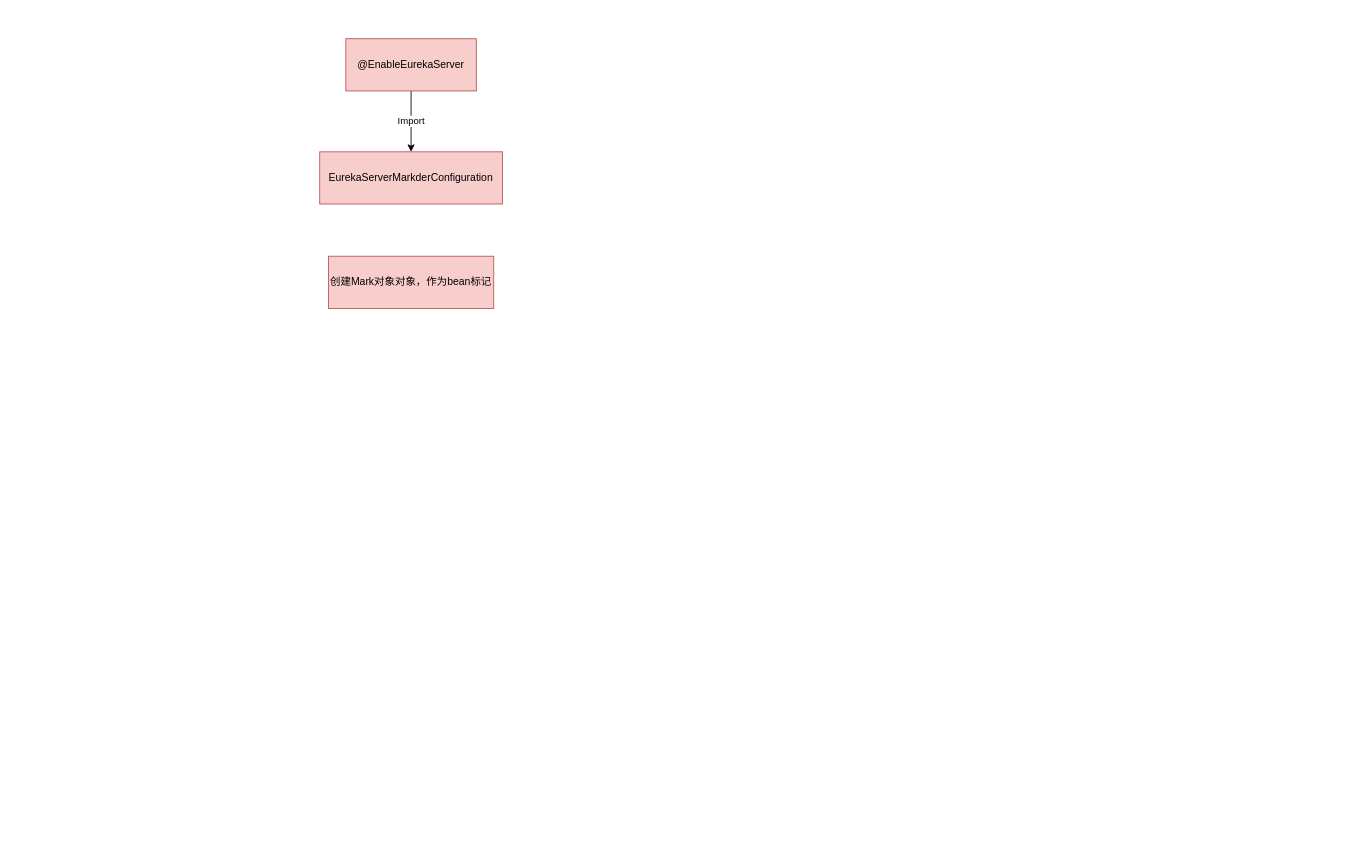
Above: eureka.drawio in thbspan/chart (draw.io), before the change. Source tidied: cells renumbered, new cells numbered last; positions are measured from the earlier drawing's top-left corner, leaving out a move shared by most shapes. Both pictures are drawn from the tidied source at 87%, with x=0, y=0 at pixel (319, 38).
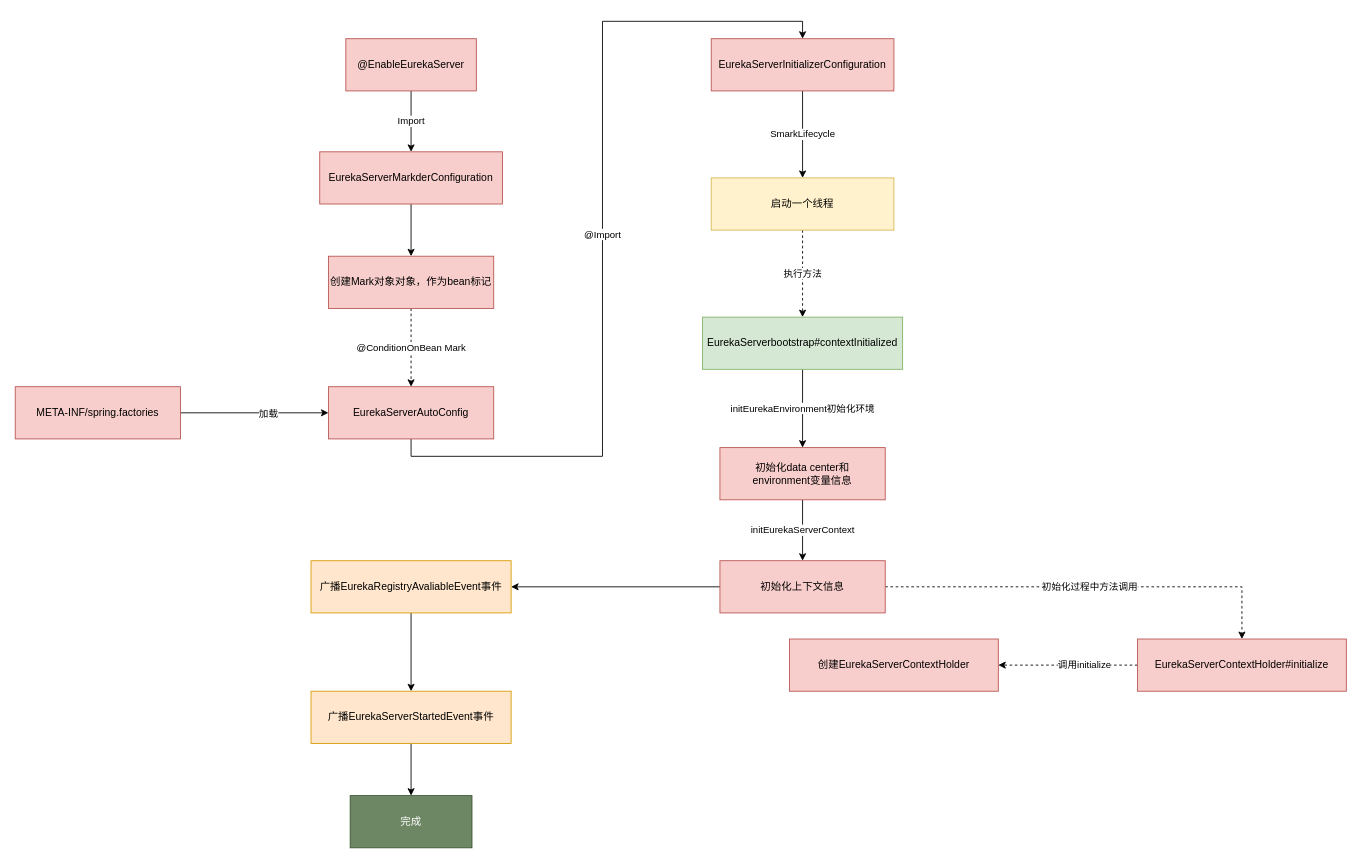
The same page after the edit.

Unchanged cells that the change refers to:
```xml
<mxCell id="4" value="EurekaServerMarkderConfiguration" style="rounded=0;whiteSpace=wrap;html=1;fillColor=#f8cecc;strokeColor=#b85450;" parent="1" vertex="1">
  <mxGeometry y="130" width="210" height="60" as="geometry" />
</mxCell>
<mxCell id="5" value="创建Mark对象对象，作为bean标记" style="rounded=0;whiteSpace=wrap;html=1;fillColor=#f8cecc;strokeColor=#b85450;" parent="1" vertex="1">
  <mxGeometry x="10" y="250" width="190" height="60" as="geometry" />
</mxCell>
```

Diff of the diagram source:
```diff
@@
+    <mxCell id="6" style="edgeStyle=orthogonalEdgeStyle;rounded=0;jettySize=auto;html=1;exitX=0.5;exitY=1;exitDx=0;exitDy=0;entryX=0.5;entryY=0;entryDx=0;entryDy=0;" parent="1" edge="1" source="4" target="5">
+      <mxGeometry relative="1" as="geometry" />
+    </mxCell>
@@
+    <mxCell id="7" value="@ConditionOnBean Mark" style="edgeStyle=orthogonalEdgeStyle;rounded=0;jettySize=auto;html=1;exitX=0.5;exitY=1;exitDx=0;exitDy=0;entryX=0.5;entryY=0;entryDx=0;entryDy=0;dashed=1;" parent="1" edge="1" source="5" target="9">
+      <mxGeometry relative="1" as="geometry" />
+    </mxCell>
@@
+    <mxCell id="8" value="@Import" style="edgeStyle=orthogonalEdgeStyle;rounded=0;jettySize=auto;html=1;exitX=0.5;exitY=1;exitDx=0;exitDy=0;entryX=0.5;entryY=0;entryDx=0;entryDy=0;" parent="1" edge="1" source="9" target="14">
+      <mxGeometry relative="1" as="geometry" />
+    </mxCell>
+    <mxCell id="9" value="EurekaServerAutoConfig" style="rounded=0;whiteSpace=wrap;html=1;fillColor=#f8cecc;strokeColor=#b85450;" parent="1" vertex="1">
+      <mxGeometry x="10" y="400" width="190" height="60" as="geometry" />
+    </mxCell>
+    <mxCell id="10" style="edgeStyle=orthogonalEdgeStyle;rounded=0;jettySize=auto;html=1;exitX=1;exitY=0.5;exitDx=0;exitDy=0;entryX=0;entryY=0.5;entryDx=0;entryDy=0;" parent="1" edge="1" source="12" target="9">
+      <mxGeometry relative="1" as="geometry" />
+    </mxCell>
+    <mxCell id="11" value="加载" style="edgeLabel;html=1;align=center;verticalAlign=middle;" parent="10" vertex="1">
+      <mxGeometry x="0.18" relative="1" as="geometry" />
+    </mxCell>
+    <mxCell id="12" value="META-INF/spring.factories" style="rounded=0;whiteSpace=wrap;html=1;fillColor=#f8cecc;strokeColor=#b85450;" parent="1" vertex="1">
+      <mxGeometry x="-350" y="400" width="190" height="60" as="geometry" />
+    </mxCell>
+    <mxCell id="13" value="SmarkLifecycle" style="edgeStyle=orthogonalEdgeStyle;rounded=0;jettySize=auto;html=1;exitX=0.5;exitY=1;exitDx=0;exitDy=0;entryX=0.5;entryY=0;entryDx=0;entryDy=0;" parent="1" edge="1" source="14" target="16">
+      <mxGeometry relative="1" as="geometry" />
+    </mxCell>
+    <mxCell id="14" value="EurekaServerInitializerConfiguration" style="rounded=0;whiteSpace=wrap;html=1;fillColor=#f8cecc;strokeColor=#b85450;" parent="1" vertex="1">
+      <mxGeometry x="450" width="210" height="60" as="geometry" />
+    </mxCell>
+    <mxCell id="15" value="执行方法" style="edgeStyle=orthogonalEdgeStyle;rounded=0;jettySize=auto;html=1;exitX=0.5;exitY=1;exitDx=0;exitDy=0;entryX=0.5;entryY=0;entryDx=0;entryDy=0;dashed=1;" parent="1" edge="1" source="16" target="18">
+      <mxGeometry relative="1" as="geometry" />
+    </mxCell>
+    <mxCell id="16" value="启动一个线程" style="rounded=0;whiteSpace=wrap;html=1;fillColor=#fff2cc;strokeColor=#d6b656;" parent="1" vertex="1">
+      <mxGeometry x="450" y="160" width="210" height="60" as="geometry" />
+    </mxCell>
+    <mxCell id="17" value="initEurekaEnvironment初始化环境" style="edgeStyle=orthogonalEdgeStyle;rounded=0;jettySize=auto;html=1;exitX=0.5;exitY=1;exitDx=0;exitDy=0;entryX=0.5;entryY=0;entryDx=0;entryDy=0;" parent="1" edge="1" source="18" target="20">
+      <mxGeometry relative="1" as="geometry" />
+    </mxCell>
+    <mxCell id="18" value="EurekaServerbootstrap#contextInitialized" style="rounded=0;whiteSpace=wrap;html=1;fillColor=#d5e8d4;strokeColor=#82b366;" parent="1" vertex="1">
+      <mxGeometry x="440" y="320" width="230" height="60" as="geometry" />
+    </mxCell>
+    <mxCell id="19" value="initEurekaServerContext" style="edgeStyle=orthogonalEdgeStyle;rounded=0;jettySize=auto;html=1;exitX=0.5;exitY=1;exitDx=0;exitDy=0;entryX=0.5;entryY=0;entryDx=0;entryDy=0;" parent="1" edge="1" source="20" target="23">
+      <mxGeometry relative="1" as="geometry" />
+    </mxCell>
+    <mxCell id="20" value="初始化data center和&lt;br&gt;environment变量信息" style="rounded=0;whiteSpace=wrap;html=1;fillColor=#f8cecc;strokeColor=#b85450;" parent="1" vertex="1">
+      <mxGeometry x="460" y="470" width="190" height="60" as="geometry" />
+    </mxCell>
+    <mxCell id="21" style="edgeStyle=orthogonalEdgeStyle;rounded=0;jettySize=auto;html=1;exitX=0;exitY=0.5;exitDx=0;exitDy=0;entryX=1;entryY=0.5;entryDx=0;entryDy=0;" parent="1" edge="1" source="23" target="25">
+      <mxGeometry relative="1" as="geometry" />
+    </mxCell>
+    <mxCell id="22" value="初始化过程中方法调用" style="edgeStyle=orthogonalEdgeStyle;rounded=0;jettySize=auto;html=1;exitX=1;exitY=0.5;exitDx=0;exitDy=0;entryX=0.5;entryY=0;entryDx=0;entryDy=0;dashed=1;" parent="1" edge="1" source="23" target="31">
+      <mxGeometry relative="1" as="geometry" />
+    </mxCell>
+    <mxCell id="23" value="初始化上下文信息" style="rounded=0;whiteSpace=wrap;html=1;fillColor=#f8cecc;strokeColor=#b85450;" parent="1" vertex="1">
+      <mxGeometry x="460" y="600" width="190" height="60" as="geometry" />
+    </mxCell>
+    <mxCell id="24" style="edgeStyle=orthogonalEdgeStyle;rounded=0;jettySize=auto;html=1;exitX=0.5;exitY=1;exitDx=0;exitDy=0;entryX=0.5;entryY=0;entryDx=0;entryDy=0;" parent="1" edge="1" source="25" target="27">
+      <mxGeometry relative="1" as="geometry" />
+    </mxCell>
+    <mxCell id="25" value="广播EurekaRegistryAvaliableEvent事件" style="rounded=0;whiteSpace=wrap;html=1;fillColor=#ffe6cc;strokeColor=#d79b00;" parent="1" vertex="1">
+      <mxGeometry x="-10" y="600" width="230" height="60" as="geometry" />
+    </mxCell>
+    <mxCell id="26" style="edgeStyle=orthogonalEdgeStyle;rounded=0;jettySize=auto;html=1;exitX=0.5;exitY=1;exitDx=0;exitDy=0;entryX=0.5;entryY=0;entryDx=0;entryDy=0;" parent="1" edge="1" source="27" target="28">
+      <mxGeometry relative="1" as="geometry" />
+    </mxCell>
+    <mxCell id="27" value="广播EurekaServerStartedEvent事件" style="rounded=0;whiteSpace=wrap;html=1;fillColor=#ffe6cc;strokeColor=#d79b00;" parent="1" vertex="1">
+      <mxGeometry x="-10" y="750" width="230" height="60" as="geometry" />
+    </mxCell>
+    <mxCell id="28" value="完成" style="rounded=0;whiteSpace=wrap;html=1;fillColor=#6d8764;strokeColor=#3A5431;fontColor=#ffffff;" parent="1" vertex="1">
+      <mxGeometry x="35" y="870" width="140" height="60" as="geometry" />
+    </mxCell>
+    <mxCell id="29" style="edgeStyle=orthogonalEdgeStyle;rounded=0;jettySize=auto;html=1;exitX=0;exitY=0.5;exitDx=0;exitDy=0;dashed=1;" parent="1" edge="1" source="31" target="32">
+      <mxGeometry relative="1" as="geometry" />
+    </mxCell>
+    <mxCell id="30" value="调用initialize" style="edgeLabel;html=1;align=center;verticalAlign=middle;" parent="29" vertex="1">
+      <mxGeometry x="-0.23" y="-1" relative="1" as="geometry" />
+    </mxCell>
+    <mxCell id="31" value="EurekaServerContextHolder#initialize" style="rounded=0;whiteSpace=wrap;html=1;fillColor=#f8cecc;strokeColor=#b85450;" parent="1" vertex="1">
+      <mxGeometry x="940" y="690" width="240" height="60" as="geometry" />
+    </mxCell>
+    <mxCell id="32" value="创建EurekaServerContextHolder" style="rounded=0;whiteSpace=wrap;html=1;fillColor=#f8cecc;strokeColor=#b85450;" parent="1" vertex="1">
+      <mxGeometry x="540" y="690" width="240" height="60" as="geometry" />
+    </mxCell>
```
